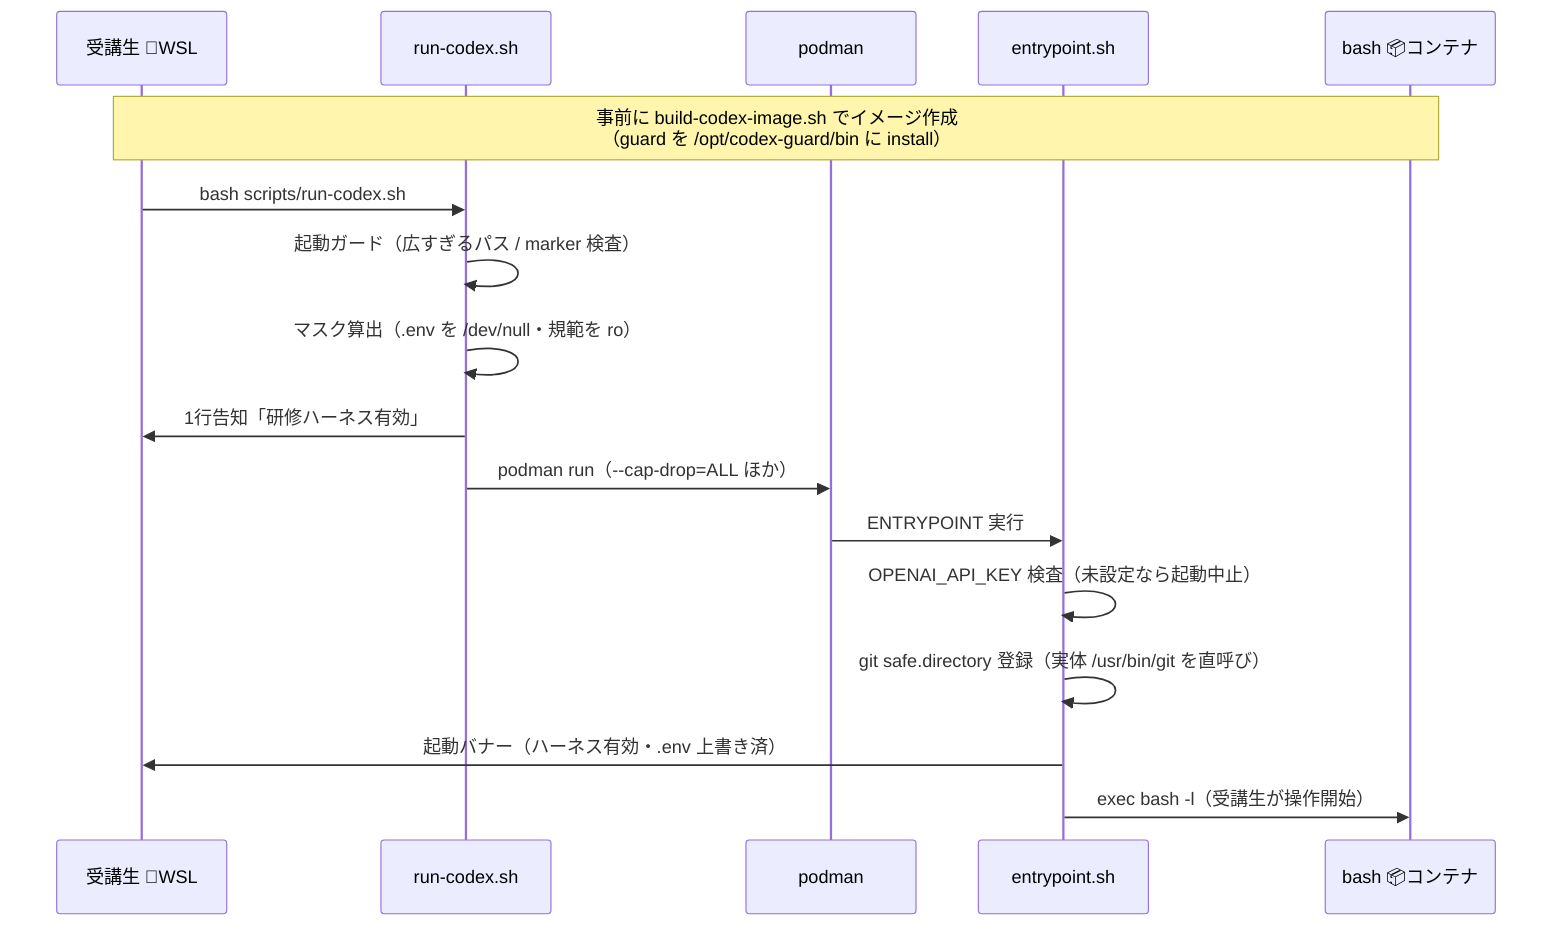
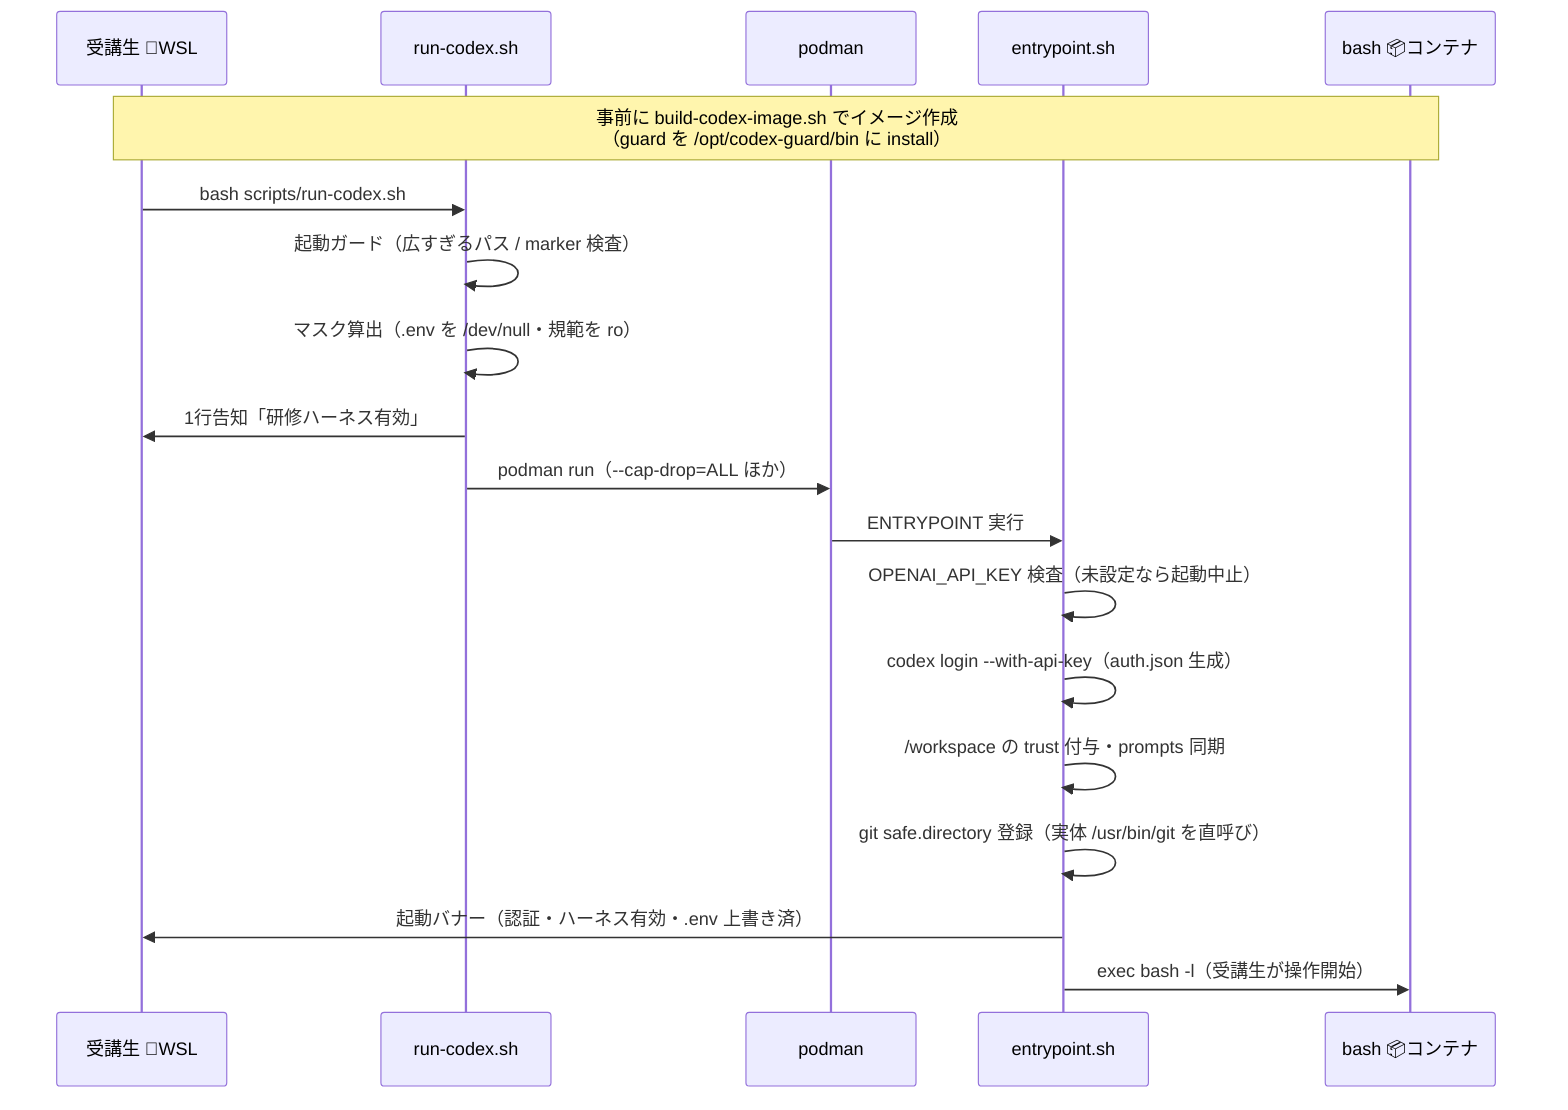
sequenceDiagram
    participant U as 受講生 🐧WSL
    participant R as run-codex.sh
    participant P as podman
    participant E as entrypoint.sh
    participant S as bash 📦コンテナ

    Note over U,S: 事前に build-codex-image.sh でイメージ作成<br/>（guard を /opt/codex-guard/bin に install）

    U->>R: bash scripts/run-codex.sh
    R->>R: 起動ガード（広すぎるパス / marker 検査）
    R->>R: マスク算出（.env を /dev/null・規範を ro）
    R->>U: 1行告知「研修ハーネス有効」
    R->>P: podman run（--cap-drop=ALL ほか）
    P->>E: ENTRYPOINT 実行
    E->>E: OPENAI_API_KEY 検査（未設定なら起動中止）
+     E->>E: codex login --with-api-key（auth.json 生成）
+     E->>E: /workspace の trust 付与・prompts 同期
    E->>E: git safe.directory 登録（実体 /usr/bin/git を直呼び）
-     E->>U: 起動バナー（ハーネス有効・.env 上書き済）
+     E->>U: 起動バナー（認証・ハーネス有効・.env 上書き済）
    E->>S: exec bash -l（受講生が操作開始）
